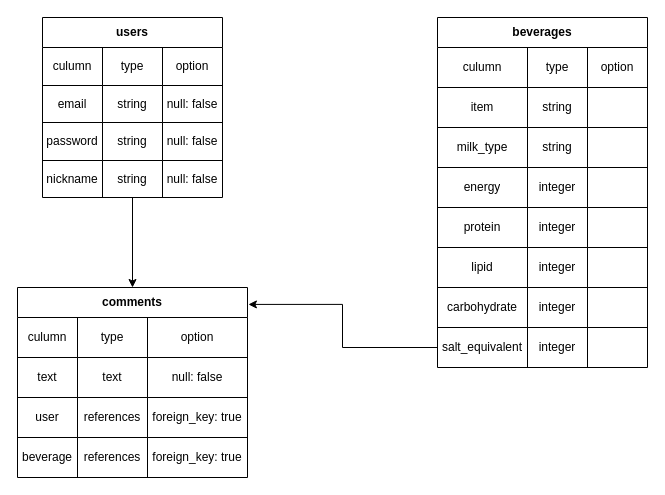
Above: ER.dio in TAKAE1117/starbucks-calorie-app (draw.io), before the change. Source tidied: cells renumbered, new cells numbered last; positions are measured from the earlier drawing's top-left corner, leaving out a move shared by most shapes. Both pictures are drawn from the tidied source at 100%, with x=0, y=0 at pixel (17, 17).
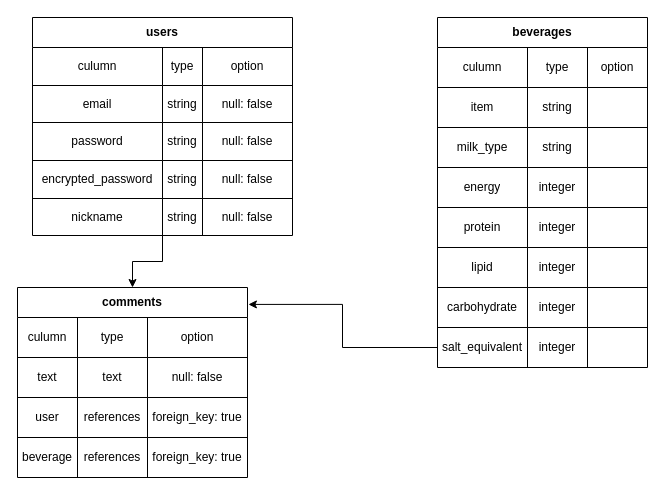
The same diagram, later.

The edit, as a diff of the source:
```diff
@@
     <mxCell id="3" value="users" style="shape=table;html=1;whiteSpace=wrap;startSize=30;childLayout=tableLayout;fontStyle=1;align=center;" parent="1" vertex="1">
-      <mxGeometry x="25" width="180" height="180" as="geometry" />
+      <mxGeometry x="15" width="260" height="218" as="geometry" />
     </mxCell>
     <mxCell id="4" style="shape=partialRectangle;html=1;whiteSpace=wrap;fillColor=none;top=0;left=0;bottom=0;right=0;" parent="3" vertex="1">
-      <mxGeometry y="30" width="180" height="38" as="geometry" />
+      <mxGeometry y="30" width="260" height="38" as="geometry" />
     </mxCell>
     <mxCell id="5" value="culumn" style="shape=partialRectangle;html=1;whiteSpace=wrap;fillColor=none;top=0;left=0;bottom=0;right=0;overflow=hidden;" parent="4" vertex="1">
-      <mxGeometry width="60" height="38" as="geometry" />
+      <mxGeometry width="130" height="38" as="geometry" />
     </mxCell>
     <mxCell id="6" value="type" style="shape=partialRectangle;html=1;whiteSpace=wrap;fillColor=none;top=0;left=0;bottom=0;right=0;overflow=hidden;" parent="4" vertex="1">
-      <mxGeometry x="60" width="60" height="38" as="geometry" />
+      <mxGeometry x="130" width="40" height="38" as="geometry" />
     </mxCell>
     <mxCell id="7" value="option" style="shape=partialRectangle;html=1;whiteSpace=wrap;fillColor=none;top=0;left=0;bottom=0;right=0;overflow=hidden;" parent="4" vertex="1">
-      <mxGeometry x="120" width="60" height="38" as="geometry" />
+      <mxGeometry x="170" width="90" height="38" as="geometry" />
     </mxCell>
     <mxCell id="8" style="shape=partialRectangle;html=1;whiteSpace=wrap;fillColor=none;top=0;left=0;bottom=0;right=0;" parent="3" vertex="1">
-      <mxGeometry y="68" width="180" height="37" as="geometry" />
+      <mxGeometry y="68" width="260" height="37" as="geometry" />
     </mxCell>
     <mxCell id="9" value="email" style="shape=partialRectangle;html=1;whiteSpace=wrap;fillColor=none;top=0;left=0;bottom=0;right=0;overflow=hidden;" parent="8" vertex="1">
-      <mxGeometry width="60" height="37" as="geometry" />
+      <mxGeometry width="130" height="37" as="geometry" />
     </mxCell>
     <mxCell id="10" value="string" style="shape=partialRectangle;html=1;whiteSpace=wrap;fillColor=none;top=0;left=0;bottom=0;right=0;overflow=hidden;" parent="8" vertex="1">
-      <mxGeometry x="60" width="60" height="37" as="geometry" />
+      <mxGeometry x="130" width="40" height="37" as="geometry" />
     </mxCell>
     <mxCell id="11" value="null: false" style="shape=partialRectangle;html=1;whiteSpace=wrap;fillColor=none;top=0;left=0;bottom=0;right=0;overflow=hidden;" parent="8" vertex="1">
-      <mxGeometry x="120" width="60" height="37" as="geometry" />
+      <mxGeometry x="170" width="90" height="37" as="geometry" />
     </mxCell>
     <mxCell id="12" style="shape=partialRectangle;html=1;whiteSpace=wrap;fillColor=none;top=0;left=0;bottom=0;right=0;" parent="3" vertex="1">
-      <mxGeometry y="105" width="180" height="38" as="geometry" />
+      <mxGeometry y="105" width="260" height="38" as="geometry" />
     </mxCell>
     <mxCell id="13" value="password" style="shape=partialRectangle;html=1;whiteSpace=wrap;fillColor=none;top=0;left=0;bottom=0;right=0;overflow=hidden;" parent="12" vertex="1">
-      <mxGeometry width="60" height="38" as="geometry" />
+      <mxGeometry width="130" height="38" as="geometry" />
     </mxCell>
     <mxCell id="14" value="string" style="shape=partialRectangle;html=1;whiteSpace=wrap;fillColor=none;top=0;left=0;bottom=0;right=0;overflow=hidden;" parent="12" vertex="1">
-      <mxGeometry x="60" width="60" height="38" as="geometry" />
+      <mxGeometry x="130" width="40" height="38" as="geometry" />
     </mxCell>
     <mxCell id="15" value="null: false" style="shape=partialRectangle;html=1;whiteSpace=wrap;fillColor=none;top=0;left=0;bottom=0;right=0;overflow=hidden;" parent="12" vertex="1">
-      <mxGeometry x="120" width="60" height="38" as="geometry" />
+      <mxGeometry x="170" width="90" height="38" as="geometry" />
     </mxCell>
+    <mxCell id="71" style="shape=partialRectangle;html=1;whiteSpace=wrap;fillColor=none;top=0;left=0;bottom=0;right=0;" parent="3" vertex="1">
+      <mxGeometry y="143" width="260" height="38" as="geometry" />
+    </mxCell>
+    <mxCell id="72" value="encrypted_password" style="shape=partialRectangle;html=1;whiteSpace=wrap;fillColor=none;top=0;left=0;bottom=0;right=0;overflow=hidden;" parent="71" vertex="1">
+      <mxGeometry width="130" height="38" as="geometry" />
+    </mxCell>
+    <mxCell id="73" value="string" style="shape=partialRectangle;html=1;whiteSpace=wrap;fillColor=none;top=0;left=0;bottom=0;right=0;overflow=hidden;" parent="71" vertex="1">
+      <mxGeometry x="130" width="40" height="38" as="geometry" />
+    </mxCell>
+    <mxCell id="74" value="null: false" style="shape=partialRectangle;html=1;whiteSpace=wrap;fillColor=none;top=0;left=0;bottom=0;right=0;overflow=hidden;" parent="71" vertex="1">
+      <mxGeometry x="170" width="90" height="38" as="geometry" />
+    </mxCell>
     <mxCell id="16" style="shape=partialRectangle;html=1;whiteSpace=wrap;fillColor=none;top=0;left=0;bottom=0;right=0;" parent="3" vertex="1">
-      <mxGeometry y="143" width="180" height="37" as="geometry" />
+      <mxGeometry y="181" width="260" height="37" as="geometry" />
     </mxCell>
     <mxCell id="17" value="nickname" style="shape=partialRectangle;html=1;whiteSpace=wrap;fillColor=none;top=0;left=0;bottom=0;right=0;overflow=hidden;" parent="16" vertex="1">
-      <mxGeometry width="60" height="37" as="geometry" />
+      <mxGeometry width="130" height="37" as="geometry" />
     </mxCell>
     <mxCell id="18" value="string" style="shape=partialRectangle;html=1;whiteSpace=wrap;fillColor=none;top=0;left=0;bottom=0;right=0;overflow=hidden;" parent="16" vertex="1">
-      <mxGeometry x="60" width="60" height="37" as="geometry" />
+      <mxGeometry x="130" width="40" height="37" as="geometry" />
     </mxCell>
     <mxCell id="19" value="null: false" style="shape=partialRectangle;html=1;whiteSpace=wrap;fillColor=none;top=0;left=0;bottom=0;right=0;overflow=hidden;" parent="16" vertex="1">
-      <mxGeometry x="120" width="60" height="37" as="geometry" />
+      <mxGeometry x="170" width="90" height="37" as="geometry" />
     </mxCell>
```
